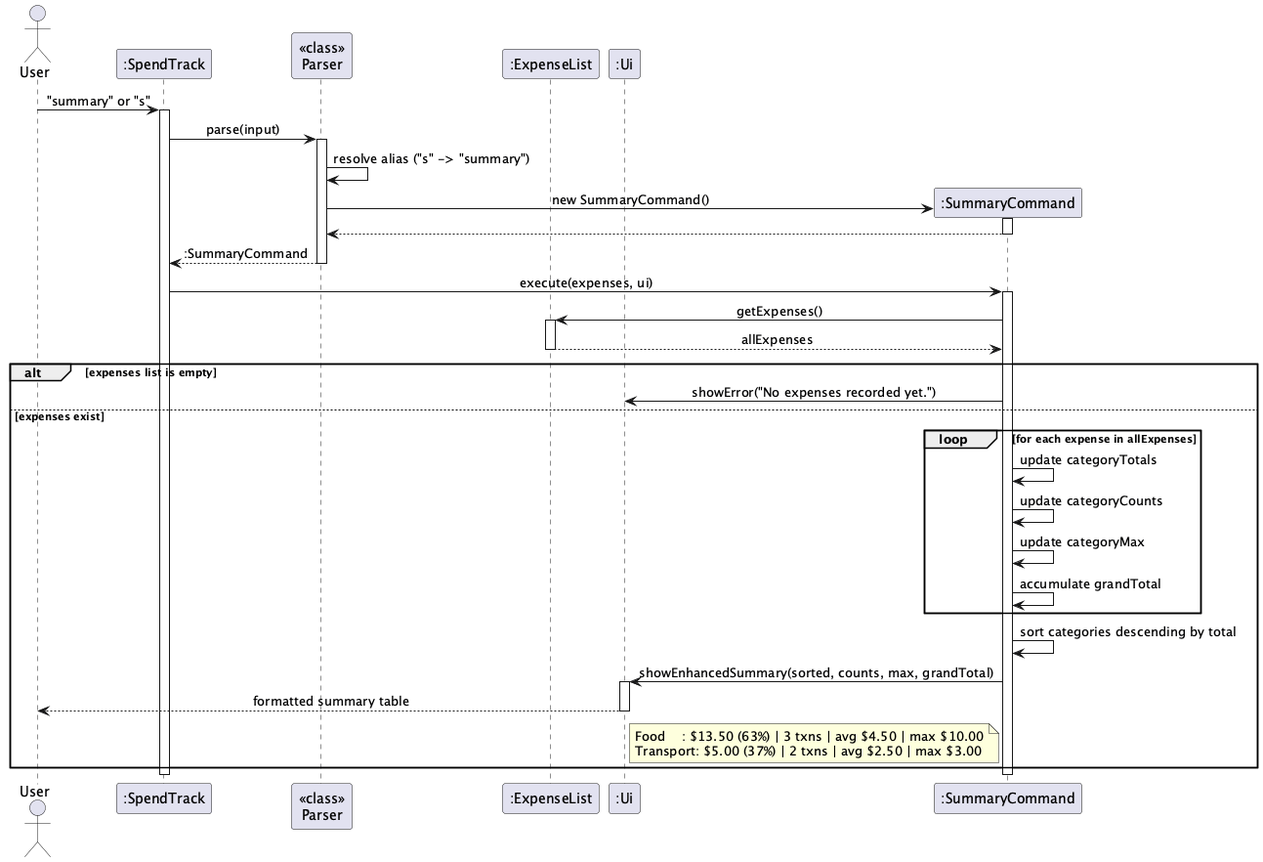
Above: docs/images/SummaryCommandSequence.png in AbhijitBalajee/tp (PlantUML), before the change.
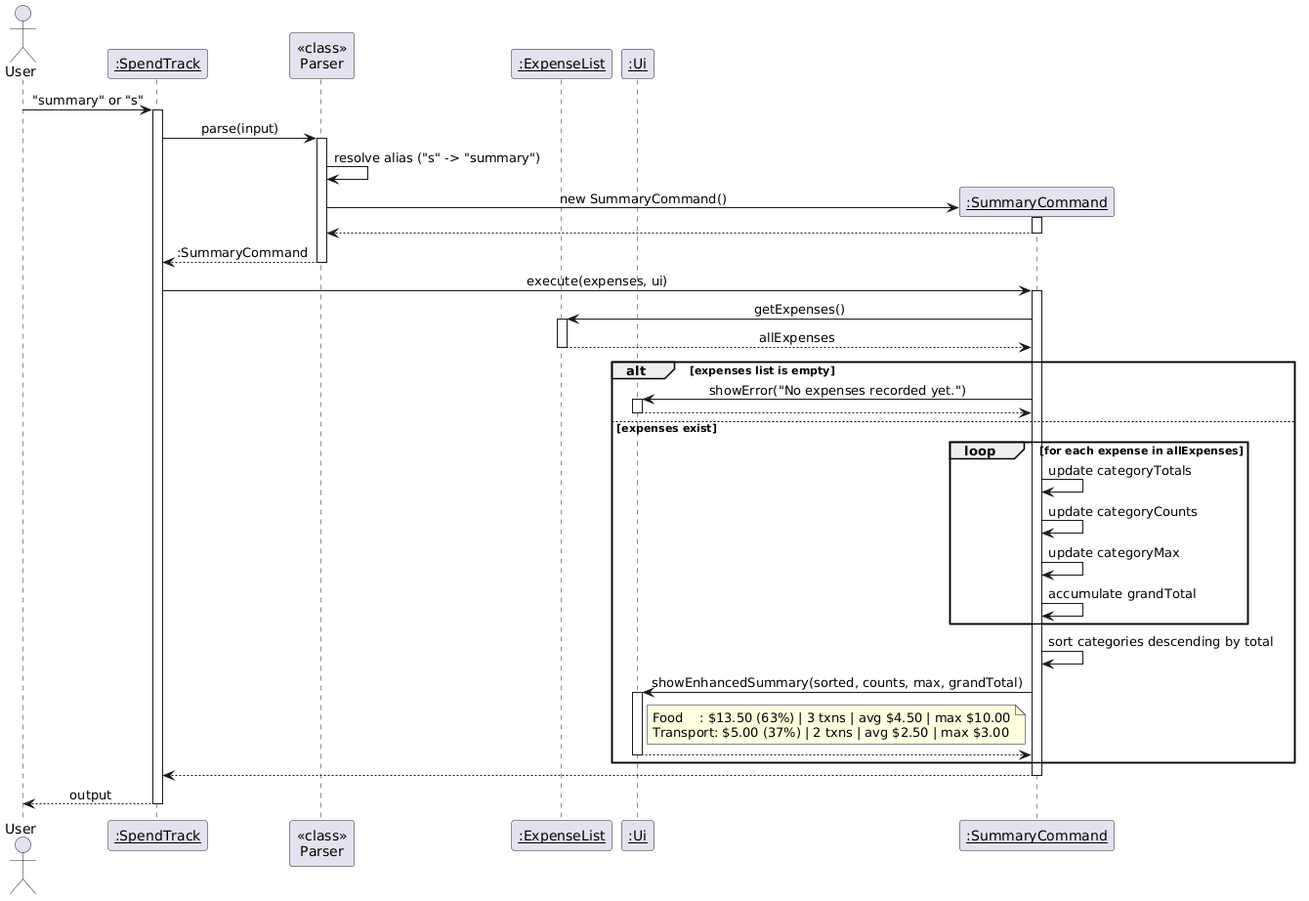
The same file after the commit.

The edit, as a diff of the source:
```diff
@@ -4,10 +4,10 @@
 skinparam sequenceMessageAlign center
 
 actor User
-participant ":SpendTrack" as ST
+participant "<u>:SpendTrack</u>" as ST
 participant "<<class>>\nParser" as P
-participant ":ExpenseList" as EL
-participant ":Ui" as UI
+participant "<u>:ExpenseList</u>" as EL
+participant "<u>:Ui</u>" as UI
 
 User -> ST : "summary" or "s"
 activate ST
@@ -15,7 +15,7 @@
 ST -> P : parse(input)
 activate P
 P -> P : resolve alias ("s" -> "summary")
-create ":SummaryCommand" as SC
+create "<u>:SummaryCommand</u>" as SC
 P -> SC : new SummaryCommand()
 activate SC
 SC --> P
@@ -33,6 +33,9 @@
 
 alt expenses list is empty
     SC -> UI : showError("No expenses recorded yet.")
+    activate UI
+    UI --> SC
+    deactivate UI
 else expenses exist
     loop for each expense in allExpenses
         SC -> SC : update categoryTotals
@@ -43,14 +46,16 @@
     SC -> SC : sort categories descending by total
     SC -> UI : showEnhancedSummary(sorted, counts, max, grandTotal)
     activate UI
-    UI --> User : formatted summary table
     note right of UI
       Food    : $13.50 (63%) | 3 txns | avg $4.50 | max $10.00
       Transport: $5.00 (37%) | 2 txns | avg $2.50 | max $3.00
     end note
+    UI --> SC
     deactivate UI
 end
 
+SC --> ST
 deactivate SC
+ST --> User : output
 deactivate ST
 @enduml
```
